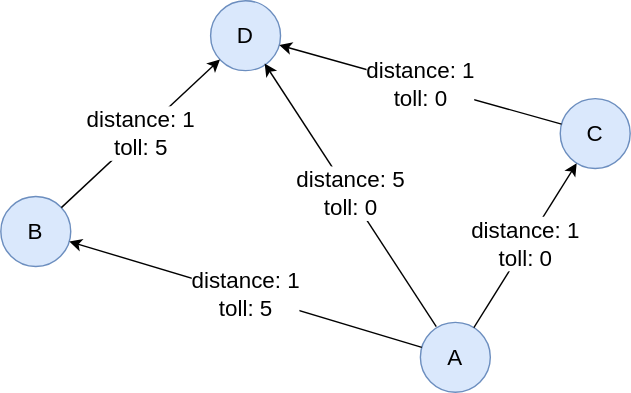
Earlier version of the draw.io export gql/graph-pattern-matching/images/cheapest-paths-example.drawio.svg (ultipa/ultipa-docs). Source tidied: cells renumbered, new cells last; positions are measured from the earlier drawing's top-left corner, leaving out a move shared by most shapes.
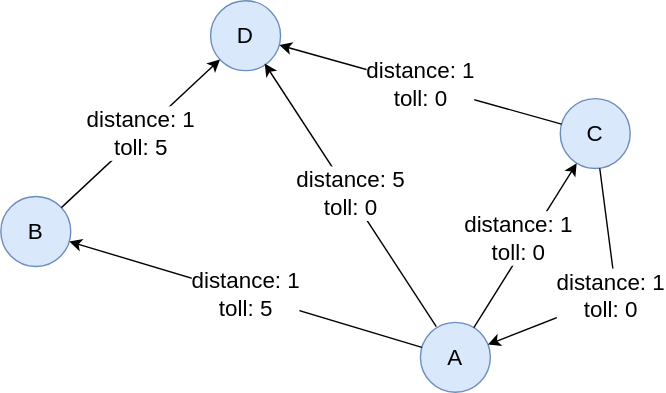
The same file after the commit.

Commit message:
Path modes for CHEAPEST

Diff of the diagram source:
```diff
@@ -12,7 +12,7 @@
       <mxGeometry x="150" width="50" height="50" as="geometry" />
     </mxCell>
     <mxCell id="5" value="distance: 1&lt;div&gt;toll: 0&lt;/div&gt;" style="edgeStyle=none;html=1;fontSize=16;" parent="1" edge="1" source="2" target="3">
-      <mxGeometry relative="1" as="geometry" />
+      <mxGeometry x="0.02" y="7" relative="1" as="geometry" />
     </mxCell>
     <mxCell id="6" value="distance: 1&lt;div&gt;toll: 0&lt;/div&gt;" style="edgeStyle=none;html=1;fontSize=16;" parent="1" edge="1" source="3" target="4">
       <mxGeometry relative="1" as="geometry" />
@@ -32,5 +32,12 @@
     <mxCell id="10" value="distance: 1&lt;div&gt;toll: 5&lt;/div&gt;" style="edgeStyle=none;html=1;fontSize=16;" parent="1" edge="1" source="7" target="4">
       <mxGeometry relative="1" as="geometry" />
     </mxCell>
+    <mxCell id="11" value="distance: 1&lt;div&gt;toll: 0&lt;/div&gt;" style="edgeStyle=none;html=1;fontSize=16;" parent="1" edge="1" source="3" target="2">
+      <mxGeometry relative="1" as="geometry">
+        <Array as="points">
+          <mxPoint x="440" y="210" />
+        </Array>
+      </mxGeometry>
+    </mxCell>
   </root>
 </mxGraphModel>
```
